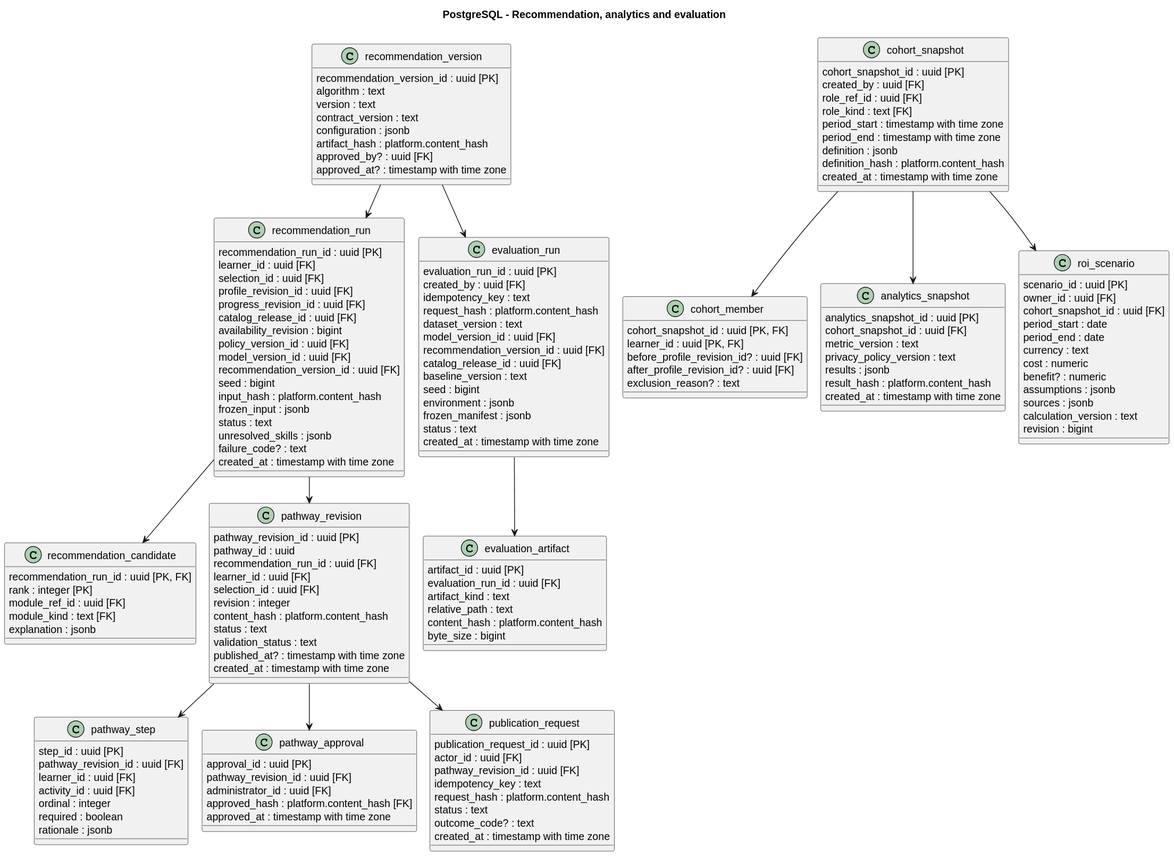
This is documents/diagrams/postgresql-pathway.svg from SEP490-Fall-2026-GFA26SE64/SEP490, a PlantUML export, as it was before one commit.
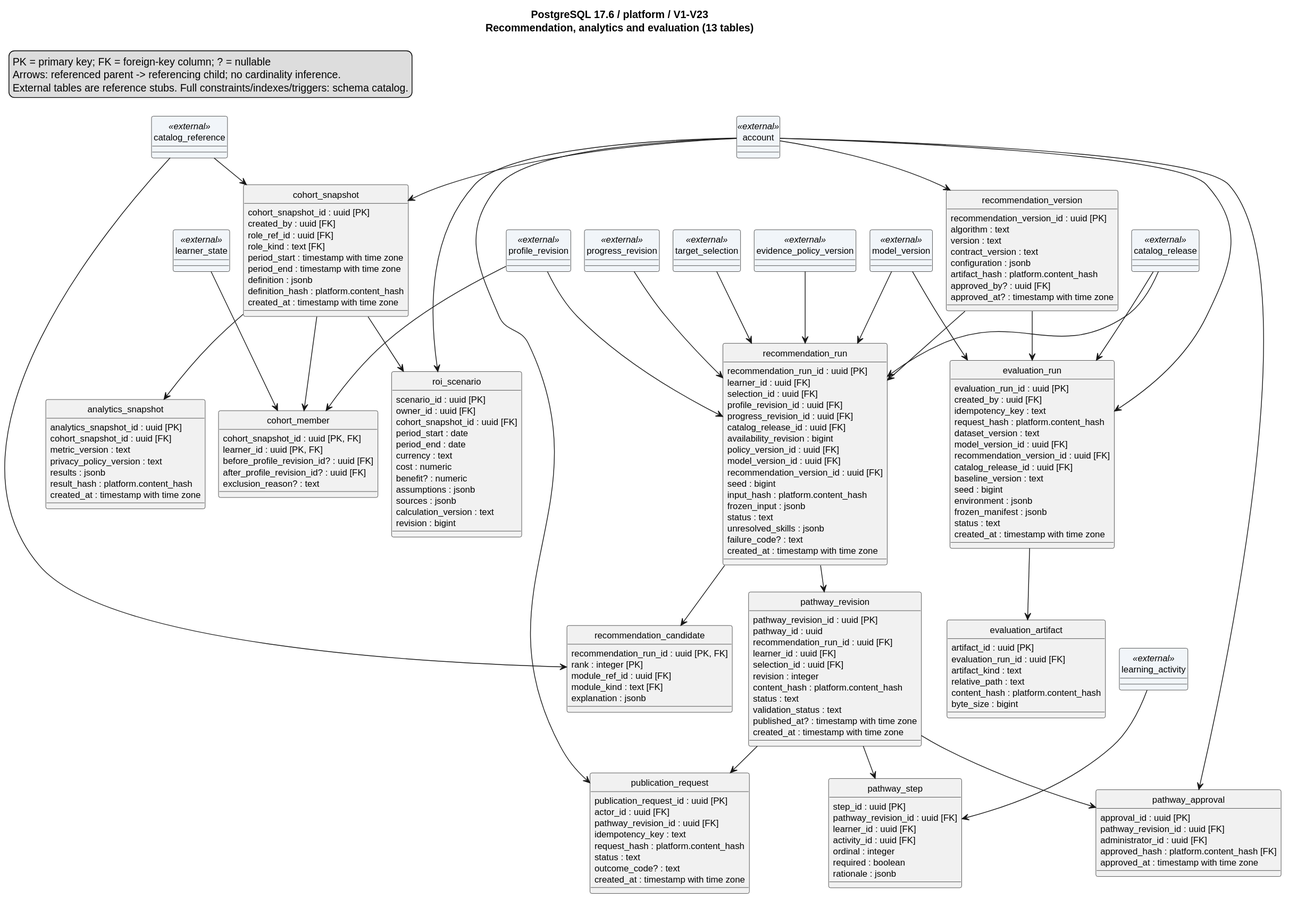
Later version of the same file.

What changed in the source:
```diff
@@ -2,156 +2,194 @@
 !pragma layout smetana
 top to bottom direction
 skinparam shadowing false
-title PostgreSQL - Recommendation, analytics and evaluation
+hide circle
+skinparam classAttributeIconSize 0
+skinparam defaultFontName SansSerif
+skinparam defaultFontSize 12
+title PostgreSQL 17.6 / platform / V1-V23\nRecommendation, analytics and evaluation (13 tables)
+legend top left
+PK = primary key; FK = foreign-key column; ? = nullable
+Arrows: referenced parent -> referencing child; no cardinality inference.
+External tables are reference stubs. Full constraints/indexes/triggers: schema catalog.
+endlegend
 class recommendation_version {
-    recommendation_version_id : uuid [PK]
-    algorithm : text
-    version : text
-    contract_version : text
-    configuration : jsonb
-    artifact_hash : platform.content_hash
-    approved_by? : uuid [FK]
-    approved_at? : timestamp with time zone
+  recommendation_version_id : uuid [PK]
+  algorithm : text
+  version : text
+  contract_version : text
+  configuration : jsonb
+  artifact_hash : platform.content_hash
+  approved_by? : uuid [FK]
+  approved_at? : timestamp with time zone
 }
 class recommendation_run {
-    recommendation_run_id : uuid [PK]
-    learner_id : uuid [FK]
-    selection_id : uuid [FK]
-    profile_revision_id : uuid [FK]
-    progress_revision_id : uuid [FK]
-    catalog_release_id : uuid [FK]
-    availability_revision : bigint
-    policy_version_id : uuid [FK]
-    model_version_id : uuid [FK]
-    recommendation_version_id : uuid [FK]
-    seed : bigint
-    input_hash : platform.content_hash
-    frozen_input : jsonb
-    status : text
-    unresolved_skills : jsonb
-    failure_code? : text
-    created_at : timestamp with time zone
+  recommendation_run_id : uuid [PK]
+  learner_id : uuid [FK]
+  selection_id : uuid [FK]
+  profile_revision_id : uuid [FK]
+  progress_revision_id : uuid [FK]
+  catalog_release_id : uuid [FK]
+  availability_revision : bigint
+  policy_version_id : uuid [FK]
+  model_version_id : uuid [FK]
+  recommendation_version_id : uuid [FK]
+  seed : bigint
+  input_hash : platform.content_hash
+  frozen_input : jsonb
+  status : text
+  unresolved_skills : jsonb
+  failure_code? : text
+  created_at : timestamp with time zone
 }
 class recommendation_candidate {
-    recommendation_run_id : uuid [PK, FK]
-    rank : integer [PK]
-    module_ref_id : uuid [FK]
-    module_kind : text [FK]
-    explanation : jsonb
+  recommendation_run_id : uuid [PK, FK]
+  rank : integer [PK]
+  module_ref_id : uuid [FK]
+  module_kind : text [FK]
+  explanation : jsonb
 }
 class pathway_revision {
-    pathway_revision_id : uuid [PK]
-    pathway_id : uuid
-    recommendation_run_id : uuid [FK]
-    learner_id : uuid [FK]
-    selection_id : uuid [FK]
-    revision : integer
-    content_hash : platform.content_hash
-    status : text
-    validation_status : text
-    published_at? : timestamp with time zone
-    created_at : timestamp with time zone
+  pathway_revision_id : uuid [PK]
+  pathway_id : uuid
+  recommendation_run_id : uuid [FK]
+  learner_id : uuid [FK]
+  selection_id : uuid [FK]
+  revision : integer
+  content_hash : platform.content_hash
+  status : text
+  validation_status : text
+  published_at? : timestamp with time zone
+  created_at : timestamp with time zone
 }
 class pathway_step {
-    step_id : uuid [PK]
-    pathway_revision_id : uuid [FK]
-    learner_id : uuid [FK]
-    activity_id : uuid [FK]
-    ordinal : integer
-    required : boolean
-    rationale : jsonb
+  step_id : uuid [PK]
+  pathway_revision_id : uuid [FK]
+  learner_id : uuid [FK]
+  activity_id : uuid [FK]
+  ordinal : integer
+  required : boolean
+  rationale : jsonb
 }
 class pathway_approval {
-    approval_id : uuid [PK]
-    pathway_revision_id : uuid [FK]
-    administrator_id : uuid [FK]
-    approved_hash : platform.content_hash [FK]
-    approved_at : timestamp with time zone
+  approval_id : uuid [PK]
+  pathway_revision_id : uuid [FK]
+  administrator_id : uuid [FK]
+  approved_hash : platform.content_hash [FK]
+  approved_at : timestamp with time zone
 }
 class publication_request {
-    publication_request_id : uuid [PK]
-    actor_id : uuid [FK]
-    pathway_revision_id : uuid [FK]
-    idempotency_key : text
-    request_hash : platform.content_hash
-    status : text
-    outcome_code? : text
-    created_at : timestamp with time zone
+  publication_request_id : uuid [PK]
+  actor_id : uuid [FK]
+  pathway_revision_id : uuid [FK]
+  idempotency_key : text
+  request_hash : platform.content_hash
+  status : text
+  outcome_code? : text
+  created_at : timestamp with time zone
 }
 class cohort_snapshot {
-    cohort_snapshot_id : uuid [PK]
-    created_by : uuid [FK]
-    role_ref_id : uuid [FK]
-    role_kind : text [FK]
-    period_start : timestamp with time zone
-    period_end : timestamp with time zone
-    definition : jsonb
-    definition_hash : platform.content_hash
-    created_at : timestamp with time zone
+  cohort_snapshot_id : uuid [PK]
+  created_by : uuid [FK]
+  role_ref_id : uuid [FK]
+  role_kind : text [FK]
+  period_start : timestamp with time zone
+  period_end : timestamp with time zone
+  definition : jsonb
+  definition_hash : platform.content_hash
+  created_at : timestamp with time zone
 }
 class cohort_member {
-    cohort_snapshot_id : uuid [PK, FK]
-    learner_id : uuid [PK, FK]
-    before_profile_revision_id? : uuid [FK]
-    after_profile_revision_id? : uuid [FK]
-    exclusion_reason? : text
+  cohort_snapshot_id : uuid [PK, FK]
+  learner_id : uuid [PK, FK]
+  before_profile_revision_id? : uuid [FK]
+  after_profile_revision_id? : uuid [FK]
+  exclusion_reason? : text
 }
 class analytics_snapshot {
-    analytics_snapshot_id : uuid [PK]
-    cohort_snapshot_id : uuid [FK]
-    metric_version : text
-    privacy_policy_version : text
-    results : jsonb
-    result_hash : platform.content_hash
-    created_at : timestamp with time zone
+  analytics_snapshot_id : uuid [PK]
+  cohort_snapshot_id : uuid [FK]
+  metric_version : text
+  privacy_policy_version : text
+  results : jsonb
+  result_hash : platform.content_hash
+  created_at : timestamp with time zone
 }
 class roi_scenario {
-    scenario_id : uuid [PK]
-    owner_id : uuid [FK]
-    cohort_snapshot_id : uuid [FK]
-    period_start : date
-    period_end : date
-    currency : text
-    cost : numeric
-    benefit? : numeric
-    assumptions : jsonb
-    sources : jsonb
-    calculation_version : text
-    revision : bigint
+  scenario_id : uuid [PK]
+  owner_id : uuid [FK]
+  cohort_snapshot_id : uuid [FK]
+  period_start : date
+  period_end : date
+  currency : text
+  cost : numeric
+  benefit? : numeric
+  assumptions : jsonb
+  sources : jsonb
+  calculation_version : text
+  revision : bigint
 }
 class evaluation_run {
-    evaluation_run_id : uuid [PK]
-    created_by : uuid [FK]
-    idempotency_key : text
-    request_hash : platform.content_hash
-    dataset_version : text
-    model_version_id : uuid [FK]
-    recommendation_version_id : uuid [FK]
-    catalog_release_id : uuid [FK]
-    baseline_version : text
-    seed : bigint
-    environment : jsonb
-    frozen_manifest : jsonb
-    status : text
-    created_at : timestamp with time zone
+  evaluation_run_id : uuid [PK]
+  created_by : uuid [FK]
+  idempotency_key : text
+  request_hash : platform.content_hash
+  dataset_version : text
+  model_version_id : uuid [FK]
+  recommendation_version_id : uuid [FK]
+  catalog_release_id : uuid [FK]
+  baseline_version : text
+  seed : bigint
+  environment : jsonb
+  frozen_manifest : jsonb
+  status : text
+  created_at : timestamp with time zone
 }
 class evaluation_artifact {
-    artifact_id : uuid [PK]
-    evaluation_run_id : uuid [FK]
-    artifact_kind : text
-    relative_path : text
-    content_hash : platform.content_hash
-    byte_size : bigint
+  artifact_id : uuid [PK]
+  evaluation_run_id : uuid [FK]
+  artifact_kind : text
+  relative_path : text
+  content_hash : platform.content_hash
+  byte_size : bigint
 }
+class account <<external>> #F1F5F9
+class catalog_reference <<external>> #F1F5F9
+class catalog_release <<external>> #F1F5F9
+class evidence_policy_version <<external>> #F1F5F9
+class learner_state <<external>> #F1F5F9
+class learning_activity <<external>> #F1F5F9
+class model_version <<external>> #F1F5F9
+class profile_revision <<external>> #F1F5F9
+class progress_revision <<external>> #F1F5F9
+class target_selection <<external>> #F1F5F9
+account --> cohort_snapshot
+account --> evaluation_run
+account --> pathway_approval
+account --> publication_request
+account --> recommendation_version
+account --> roi_scenario
+catalog_reference --> cohort_snapshot
+catalog_reference --> recommendation_candidate
+catalog_release --> evaluation_run
+catalog_release --> recommendation_run
 cohort_snapshot --> analytics_snapshot
 cohort_snapshot --> cohort_member
 cohort_snapshot --> roi_scenario
 evaluation_run --> evaluation_artifact
+evidence_policy_version --> recommendation_run
+learner_state --> cohort_member
+learning_activity --> pathway_step
+model_version --> evaluation_run
+model_version --> recommendation_run
 pathway_revision --> pathway_approval
 pathway_revision --> pathway_step
 pathway_revision --> publication_request
+profile_revision --> cohort_member
+profile_revision --> recommendation_run
+progress_revision --> recommendation_run
 recommendation_run --> pathway_revision
 recommendation_run --> recommendation_candidate
 recommendation_version --> evaluation_run
 recommendation_version --> recommendation_run
+target_selection --> recommendation_run
 @enduml
```
